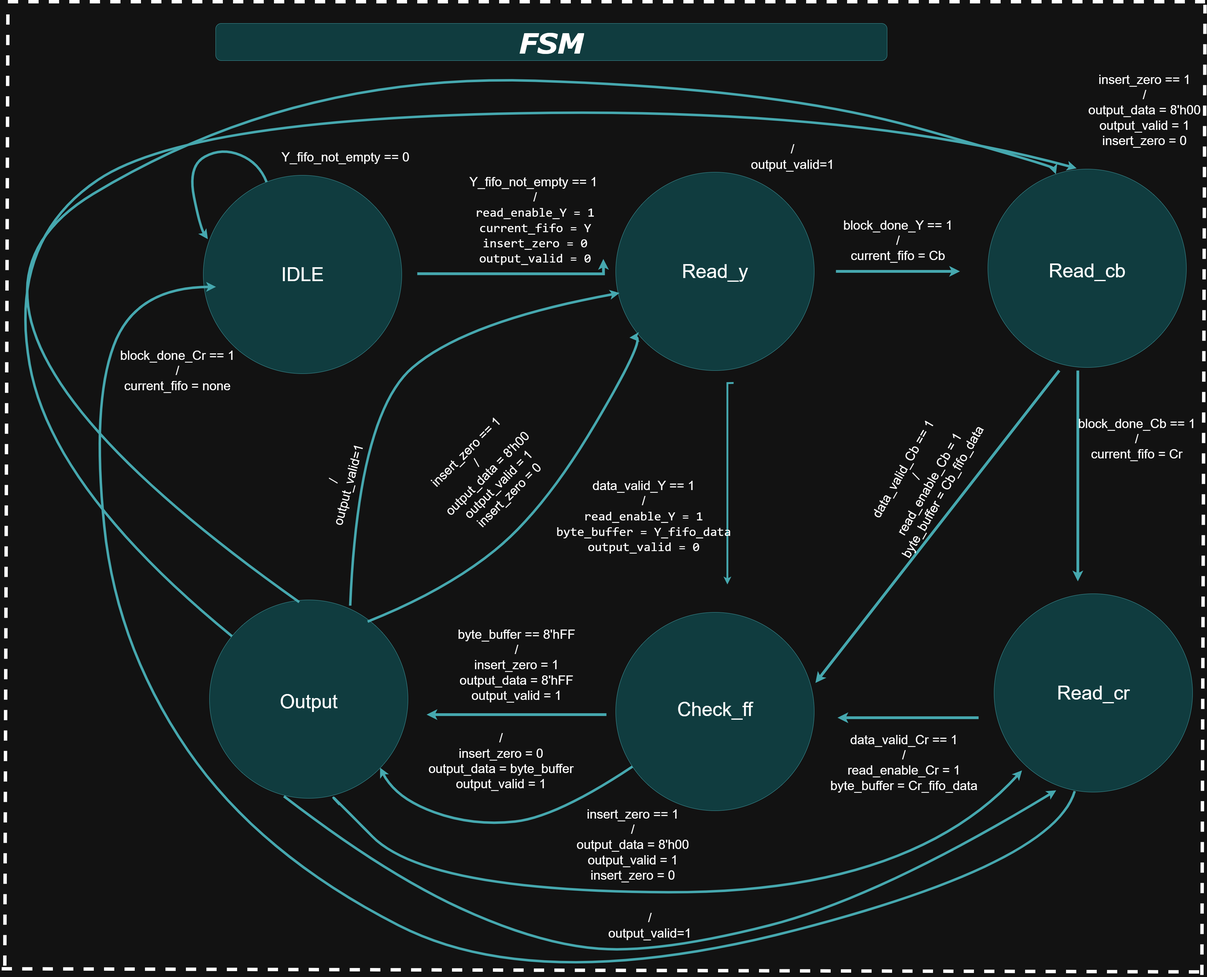
The draw.io diagram docs/images_design_diagrams/JPEG-fsm.png in meds-uet/JPEG-Encoder, before a commit. Source tidied: cells renumbered, new cells last; positions are measured from the earlier drawing's top-left corner, leaving out a move shared by most shapes.
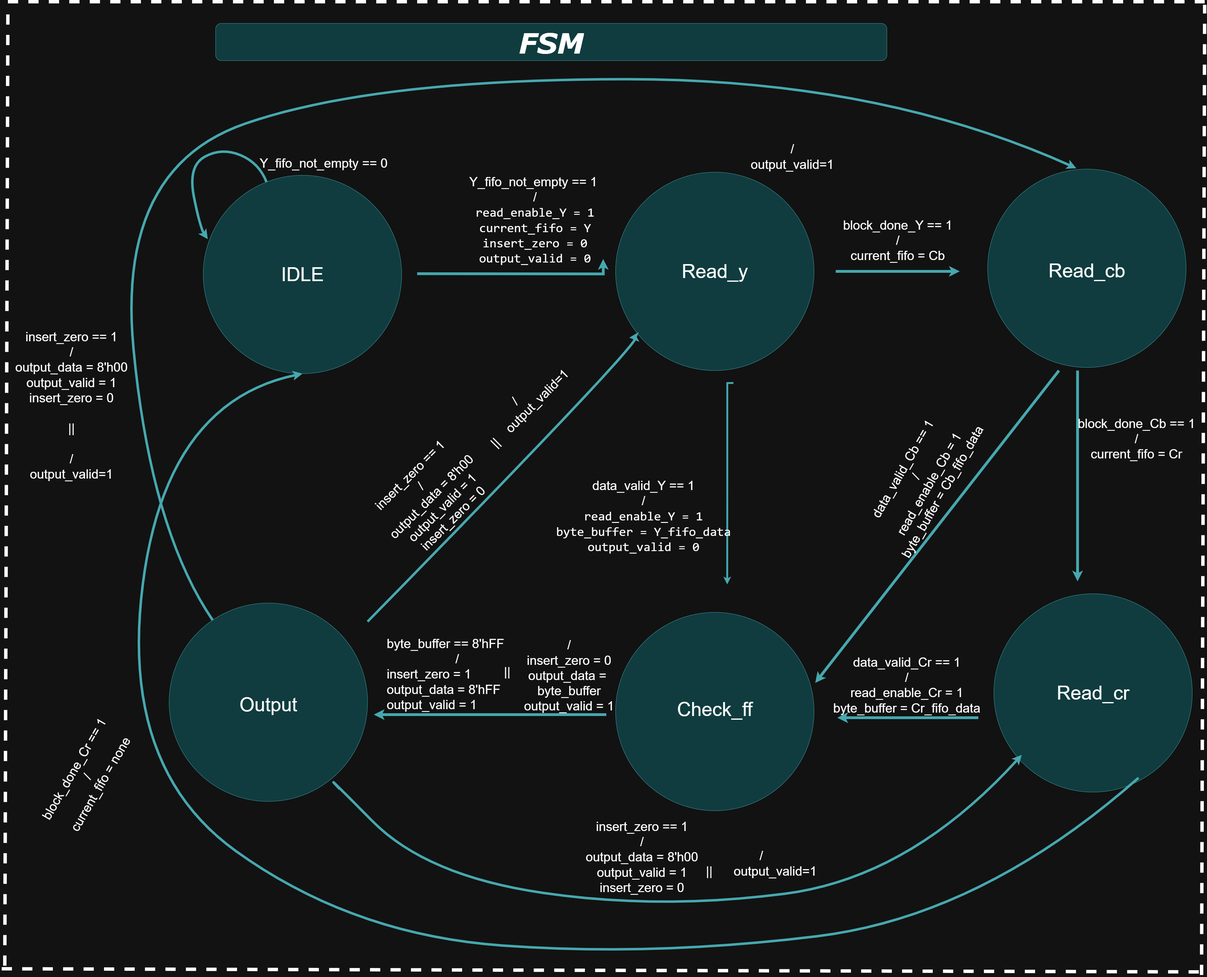
Later version of the same file.

What changed in the source:
```diff
@@ -17,3 +17,3 @@
     <mxCell id="6" value="&lt;br&gt;&lt;font&gt;&lt;span style=&quot;font-size: 62px;&quot;&gt;Output&lt;/span&gt;&lt;/font&gt;" style="ellipse;whiteSpace=wrap;html=1;labelBackgroundColor=none;fillColor=#b0e3e6;strokeColor=#0e8088;" parent="1" vertex="1">
-      <mxGeometry x="1020" y="1930" width="640" height="640" as="geometry" />
+      <mxGeometry x="890" y="1940" width="640" height="640" as="geometry" />
     </mxCell>
@@ -45,3 +45,3 @@
     <mxCell id="12" value="&lt;span style=&quot;forced-color-adjust: none; font-family: Helvetica; font-size: 12px; font-style: normal; font-variant-ligatures: normal; font-variant-caps: normal; font-weight: 400; letter-spacing: normal; orphans: 2; text-align: center; text-indent: 0px; text-transform: none; widows: 2; word-spacing: 0px; -webkit-text-stroke-width: 0px; white-space: nowrap; text-decoration-thickness: initial; text-decoration-style: initial; text-decoration-color: initial; float: none; box-shadow: none !important; display: inline !important;&quot;&gt;&lt;font style=&quot;forced-color-adjust: none; box-shadow: none !important; font-size: 41px;&quot;&gt;Y_fifo_not_empty == 0&lt;/font&gt;&lt;/span&gt;" style="text;whiteSpace=wrap;html=1;labelBackgroundColor=none;fontColor=default;" parent="1" vertex="1">
-      <mxGeometry x="1250" y="470" width="460" height="60" as="geometry" />
+      <mxGeometry x="1180" y="490" width="310" height="60" as="geometry" />
     </mxCell>
@@ -88,21 +88,7 @@
     </mxCell>
-    <mxCell id="22" style="curved=1;endArrow=classic;html=1;rounded=0;strokeWidth=8;fillColor=#b0e3e6;strokeColor=#0e8088;" parent="1" edge="1">
-      <mxGeometry relative="1" as="geometry">
-        <mxPoint x="3810" y="2546.8" as="sourcePoint" />
-        <mxPoint x="1040.9" y="920" as="targetPoint" />
-        <Array as="points">
-          <mxPoint x="3740.9" y="2780" />
-          <mxPoint x="2080" y="3210" />
-          <mxPoint x="1180" y="2750" />
-          <mxPoint x="720" y="2080" />
-          <mxPoint x="640.9" y="1300" />
-          <mxPoint x="780.9" y="920" />
-        </Array>
-      </mxGeometry>
-    </mxCell>
-    <mxCell id="23" value="&lt;div style=&quot;text-align: center;&quot;&gt;&lt;span style=&quot;font-size: 41px; text-wrap-mode: nowrap;&quot;&gt;&lt;span style=&quot;background-color: transparent;&quot;&gt;block_done_Cr == 1&lt;/span&gt;&lt;/span&gt;&lt;/div&gt;&lt;div style=&quot;text-align: center;&quot;&gt;&lt;span style=&quot;font-size: 41px; text-wrap-mode: nowrap;&quot;&gt;&lt;span style=&quot;background-color: transparent;&quot;&gt;/&lt;/span&gt;&lt;/span&gt;&lt;/div&gt;&lt;div style=&quot;text-align: center;&quot;&gt;&lt;span style=&quot;font-size: 41px; text-wrap-mode: nowrap;&quot;&gt;&lt;span style=&quot;background-color: transparent;&quot;&gt;current_fifo = none&lt;/span&gt;&lt;/span&gt;&lt;/div&gt;" style="text;whiteSpace=wrap;html=1;fontColor=default;labelBackgroundColor=none;" parent="1" vertex="1">
-      <mxGeometry x="730" y="1110" width="390" height="170" as="geometry" />
+    <mxCell id="23" value="&lt;div style=&quot;text-align: center;&quot;&gt;&lt;span style=&quot;font-size: 41px; text-wrap-mode: nowrap;&quot;&gt;&lt;span style=&quot;background-color: transparent;&quot;&gt;block_done_Cr == 1&lt;/span&gt;&lt;/span&gt;&lt;/div&gt;&lt;div style=&quot;text-align: center;&quot;&gt;&lt;span style=&quot;font-size: 41px; text-wrap-mode: nowrap;&quot;&gt;&lt;span style=&quot;background-color: transparent;&quot;&gt;/&lt;/span&gt;&lt;/span&gt;&lt;/div&gt;&lt;div style=&quot;text-align: center;&quot;&gt;&lt;span style=&quot;font-size: 41px; text-wrap-mode: nowrap;&quot;&gt;&lt;span style=&quot;background-color: transparent;&quot;&gt;current_fifo = none&lt;/span&gt;&lt;/span&gt;&lt;/div&gt;" style="text;whiteSpace=wrap;html=1;fontColor=default;labelBackgroundColor=none;rotation=-60;" parent="1" vertex="1">
+      <mxGeometry x="440" y="2410" width="390" height="170" as="geometry" />
     </mxCell>
     <mxCell id="24" value="&lt;div style=&quot;text-align: center;&quot;&gt;&lt;div&gt;&lt;span style=&quot;font-size: 41px; text-wrap-mode: nowrap;&quot;&gt;data_valid_Cr == 1&lt;/span&gt;&lt;/div&gt;&lt;div&gt;&lt;span style=&quot;font-size: 41px; text-wrap-mode: nowrap;&quot;&gt;/&lt;/span&gt;&lt;/div&gt;&lt;div&gt;&lt;span style=&quot;font-size: 41px; text-wrap-mode: nowrap;&quot;&gt;read_enable_Cr = 1&lt;/span&gt;&lt;/div&gt;&lt;div&gt;&lt;span style=&quot;font-size: 41px; text-wrap-mode: nowrap;&quot;&gt;byte_buffer = Cr_fifo_data&lt;/span&gt;&lt;/div&gt;&lt;/div&gt;" style="text;whiteSpace=wrap;html=1;fontColor=default;labelBackgroundColor=none;" parent="1" vertex="1">
-      <mxGeometry x="3020" y="2350" width="390" height="170" as="geometry" />
+      <mxGeometry x="3030" y="2100" width="390" height="170" as="geometry" />
     </mxCell>
@@ -111,23 +97,13 @@
         <mxPoint x="2300" y="2300" as="sourcePoint" />
-        <mxPoint x="1720" y="2300" as="targetPoint" />
+        <mxPoint x="1550" y="2300" as="targetPoint" />
       </mxGeometry>
     </mxCell>
-    <mxCell id="26" value="&lt;div&gt;&lt;span style=&quot;font-size: 41px; text-wrap-mode: nowrap;&quot;&gt;byte_buffer == 8'hFF&lt;/span&gt;&lt;/div&gt;&lt;div&gt;&lt;span style=&quot;font-size: 41px; text-wrap-mode: nowrap;&quot;&gt;/&lt;/span&gt;&lt;/div&gt;&lt;div&gt;&lt;span style=&quot;font-size: 41px; text-wrap-mode: nowrap;&quot;&gt;insert_zero = 1&lt;/span&gt;&lt;/div&gt;&lt;div&gt;&lt;span style=&quot;font-size: 41px; text-wrap-mode: nowrap;&quot;&gt;output_data = 8'hFF&lt;/span&gt;&lt;/div&gt;&lt;div&gt;&lt;span style=&quot;font-size: 41px; text-wrap-mode: nowrap;&quot;&gt;output_valid = 1&lt;/span&gt;&lt;/div&gt;" style="text;whiteSpace=wrap;html=1;labelBackgroundColor=none;fontColor=default;align=center;" parent="1" vertex="1">
-      <mxGeometry x="1760" y="2010" width="500" height="270" as="geometry" />
+    <mxCell id="26" value="&lt;div style=&quot;&quot;&gt;&lt;span style=&quot;font-size: 41px; text-wrap-mode: nowrap;&quot;&gt;byte_buffer == 8'hFF&lt;/span&gt;&lt;/div&gt;&lt;div style=&quot;text-align: center;&quot;&gt;&lt;span style=&quot;font-size: 41px; text-wrap-mode: nowrap;&quot;&gt;/&lt;/span&gt;&lt;/div&gt;&lt;div&gt;&lt;span style=&quot;font-size: 41px; text-wrap-mode: nowrap;&quot;&gt;insert_zero = 1&amp;nbsp; &amp;nbsp; &amp;nbsp; &amp;nbsp; &amp;nbsp; &amp;nbsp; &amp;nbsp; &amp;nbsp;&amp;nbsp;&lt;/span&gt;&lt;/div&gt;&lt;div&gt;&lt;span style=&quot;background-color: transparent; color: light-dark(rgb(0, 0, 0), rgb(255, 255, 255)); font-size: 41px; text-wrap-mode: nowrap;&quot;&gt;output_data = 8'hFF&lt;/span&gt;&lt;/div&gt;&lt;div&gt;&lt;span style=&quot;font-size: 41px; text-wrap-mode: nowrap; background-color: transparent; color: light-dark(rgb(0, 0, 0), rgb(255, 255, 255));&quot;&gt;output_valid = 1&lt;/span&gt;&lt;/div&gt;" style="text;whiteSpace=wrap;html=1;labelBackgroundColor=none;fontColor=default;align=left;" parent="1" vertex="1">
+      <mxGeometry x="1590" y="2040" width="300" height="270" as="geometry" />
     </mxCell>
-    <mxCell id="27" style="curved=1;endArrow=classic;html=1;rounded=0;strokeWidth=8;fillColor=#b0e3e6;strokeColor=#0e8088;" parent="1" edge="1" source="7">
-      <mxGeometry relative="1" as="geometry">
-        <mxPoint x="1570" y="2471.3" as="targetPoint" />
-        <Array as="points">
-          <mxPoint x="2140" y="2630" />
-          <mxPoint x="1870" y="2660" />
-          <mxPoint x="1620" y="2570" />
-        </Array>
-      </mxGeometry>
-    </mxCell>
-    <mxCell id="28" value="&lt;div&gt;&lt;br&gt;&lt;/div&gt;&lt;div&gt;&lt;span style=&quot;font-size: 41px; text-wrap-mode: nowrap;&quot;&gt;/&lt;/span&gt;&lt;/div&gt;&lt;div&gt;&lt;div&gt;&lt;span style=&quot;font-size: 41px; text-wrap-mode: nowrap;&quot;&gt;insert_zero = 0&lt;/span&gt;&lt;/div&gt;&lt;div&gt;&lt;span style=&quot;font-size: 41px; text-wrap-mode: nowrap;&quot;&gt;output_data = byte_buffer&lt;/span&gt;&lt;/div&gt;&lt;div&gt;&lt;span style=&quot;font-size: 41px; text-wrap-mode: nowrap;&quot;&gt;output_valid = 1&lt;/span&gt;&lt;/div&gt;&lt;/div&gt;" style="text;whiteSpace=wrap;html=1;labelBackgroundColor=none;fontColor=default;align=center;" parent="1" vertex="1">
-      <mxGeometry x="1710" y="2330" width="500" height="270" as="geometry" />
+    <mxCell id="28" value="&lt;div&gt;&lt;br&gt;&lt;/div&gt;&lt;div&gt;&lt;span style=&quot;font-size: 41px; text-wrap-mode: nowrap;&quot;&gt;/&lt;/span&gt;&lt;/div&gt;&lt;div&gt;&lt;div&gt;&lt;span style=&quot;font-size: 41px; text-wrap-mode: nowrap;&quot;&gt;insert_zero = 0&lt;/span&gt;&lt;/div&gt;&lt;div&gt;&lt;span style=&quot;font-size: 41px; text-wrap-mode: nowrap;&quot;&gt;output_data =&amp;nbsp;&lt;/span&gt;&lt;/div&gt;&lt;div&gt;&lt;span style=&quot;font-size: 41px; text-wrap-mode: nowrap;&quot;&gt;byte_buffer&lt;/span&gt;&lt;/div&gt;&lt;div&gt;&lt;span style=&quot;font-size: 41px; text-wrap-mode: nowrap;&quot;&gt;output_valid = 1&lt;/span&gt;&lt;/div&gt;&lt;/div&gt;" style="text;whiteSpace=wrap;html=1;labelBackgroundColor=none;fontColor=default;align=center;" parent="1" vertex="1">
+      <mxGeometry x="2020" y="2030" width="320" height="210" as="geometry" />
     </mxCell>
     <mxCell id="29" value="&lt;div&gt;&lt;span style=&quot;font-size: 41px; text-wrap-mode: nowrap;&quot;&gt;insert_zero == 1&lt;/span&gt;&lt;/div&gt;&lt;div&gt;&lt;span style=&quot;font-size: 41px; text-wrap-mode: nowrap;&quot;&gt;/&lt;/span&gt;&lt;/div&gt;&lt;div&gt;&lt;span style=&quot;font-size: 41px; text-wrap-mode: nowrap;&quot;&gt;output_data = 8'h00&lt;/span&gt;&lt;/div&gt;&lt;div&gt;&lt;span style=&quot;font-size: 41px; text-wrap-mode: nowrap;&quot;&gt;output_valid = 1&lt;/span&gt;&lt;/div&gt;&lt;div&gt;&lt;span style=&quot;font-size: 41px; text-wrap-mode: nowrap;&quot;&gt;insert_zero = 0&lt;/span&gt;&lt;/div&gt;" style="text;whiteSpace=wrap;html=1;labelBackgroundColor=none;fontColor=default;align=center;rotation=-45;" parent="1" vertex="1">
-      <mxGeometry x="1790" y="1385" width="290" height="310" as="geometry" />
+      <mxGeometry x="1370" y="1460" width="770" height="310" as="geometry" />
     </mxCell>
@@ -157,13 +133,4 @@
     </mxCell>
-    <mxCell id="34" style="curved=1;endArrow=classic;html=1;rounded=0;strokeWidth=8;fillColor=#b0e3e6;strokeColor=#0e8088;entryX=0.019;entryY=0.609;entryDx=0;entryDy=0;entryPerimeter=0;exitX=0.684;exitY=0.022;exitDx=0;exitDy=0;exitPerimeter=0;" parent="1" edge="1" target="4">
-      <mxGeometry relative="1" as="geometry">
-        <mxPoint x="1473.7" y="1948.4" as="sourcePoint" />
-        <Array as="points">
-          <mxPoint x="1500" y="1330" />
-          <mxPoint x="1850" y="1030" />
-        </Array>
-      </mxGeometry>
-    </mxCell>
-    <mxCell id="35" value="&lt;div&gt;&lt;br&gt;&lt;/div&gt;&lt;div&gt;&lt;span style=&quot;font-size: 41px; text-wrap-mode: nowrap;&quot;&gt;/&lt;/span&gt;&lt;/div&gt;&lt;div&gt;&lt;span style=&quot;font-size: 41px; text-wrap-mode: nowrap;&quot;&gt;output_valid=1&lt;/span&gt;&lt;/div&gt;" style="text;whiteSpace=wrap;html=1;labelBackgroundColor=none;fontColor=default;align=center;rotation=-75;" parent="1" vertex="1">
-      <mxGeometry x="1260" y="1500" width="320" height="90" as="geometry" />
+    <mxCell id="35" value="&lt;div&gt;&lt;br&gt;&lt;/div&gt;&lt;div&gt;&lt;span style=&quot;font-size: 41px; text-wrap-mode: nowrap;&quot;&gt;/&lt;/span&gt;&lt;/div&gt;&lt;div&gt;&lt;span style=&quot;font-size: 41px; text-wrap-mode: nowrap;&quot;&gt;&amp;nbsp; &amp;nbsp;||&amp;nbsp; &amp;nbsp; output_valid=1&lt;/span&gt;&lt;/div&gt;" style="text;whiteSpace=wrap;html=1;labelBackgroundColor=none;fontColor=default;align=center;rotation=-45;" parent="1" vertex="1">
+      <mxGeometry x="1820" y="1230" width="440" height="187.6" as="geometry" />
     </mxCell>
@@ -173,4 +140,2 @@
         <Array as="points">
-          <mxPoint x="1780" y="1900" />
-          <mxPoint x="2100" y="1640" />
           <mxPoint x="2430" y="1080" />
@@ -179,21 +144,11 @@
     </mxCell>
-    <mxCell id="37" style="curved=1;endArrow=classic;html=1;rounded=0;strokeWidth=8;fillColor=#b0e3e6;strokeColor=#0e8088;exitX=0.313;exitY=0.991;exitDx=0;exitDy=0;exitPerimeter=0;entryX=0.313;entryY=0.991;entryDx=0;entryDy=0;entryPerimeter=0;" parent="1" edge="1" target="8">
-      <mxGeometry relative="1" as="geometry">
-        <mxPoint x="1260" y="2563.3" as="sourcePoint" />
-        <Array as="points">
-          <mxPoint x="1580" y="2810" />
-          <mxPoint x="2080" y="3040" />
-          <mxPoint x="2470" y="3070" />
-          <mxPoint x="3180" y="2890" />
-        </Array>
-      </mxGeometry>
-    </mxCell>
     <mxCell id="38" style="curved=1;endArrow=classic;html=1;rounded=0;strokeWidth=8;fillColor=#b0e3e6;strokeColor=#0e8088;" parent="1" edge="1">
       <mxGeometry relative="1" as="geometry">
-        <mxPoint x="1440" y="2590" as="sourcePoint" />
-        <mxPoint x="3640" y="2480" as="targetPoint" />
+        <mxPoint x="1440" y="2540" as="sourcePoint" />
+        <mxPoint x="3640" y="2430" as="targetPoint" />
         <Array as="points">
-          <mxPoint x="1370" y="2516" />
-          <mxPoint x="1720" y="2870" />
-          <mxPoint x="3280" y="2876" />
+          <mxPoint x="1370" y="2466" />
+          <mxPoint x="1720" y="2820" />
+          <mxPoint x="2470" y="2930" />
+          <mxPoint x="3280" y="2826" />
         </Array>
@@ -201,20 +156,10 @@
     </mxCell>
-    <mxCell id="39" value="&lt;div&gt;&lt;br&gt;&lt;/div&gt;&lt;div&gt;&lt;span style=&quot;font-size: 41px; text-wrap-mode: nowrap;&quot;&gt;/&lt;/span&gt;&lt;/div&gt;&lt;div&gt;&lt;span style=&quot;font-size: 41px; text-wrap-mode: nowrap;&quot;&gt;output_valid=1&lt;/span&gt;&lt;/div&gt;" style="text;whiteSpace=wrap;html=1;labelBackgroundColor=none;fontColor=default;align=center;" parent="1" vertex="1">
-      <mxGeometry x="2280" y="2910" width="320" height="90" as="geometry" />
+    <mxCell id="39" value="&lt;div&gt;&lt;br&gt;&lt;/div&gt;&lt;div&gt;&lt;span style=&quot;font-size: 41px; text-wrap-mode: nowrap;&quot;&gt;/&lt;/span&gt;&lt;/div&gt;&lt;div&gt;&lt;span style=&quot;font-size: 41px; text-wrap-mode: nowrap;&quot;&gt;||&amp;nbsp; &amp;nbsp; &amp;nbsp; output_valid=1&lt;/span&gt;&lt;/div&gt;" style="text;whiteSpace=wrap;html=1;labelBackgroundColor=none;fontColor=default;align=center;" parent="1" vertex="1">
+      <mxGeometry x="2560" y="2710" width="480" height="90" as="geometry" />
     </mxCell>
     <mxCell id="40" value="&lt;div&gt;&lt;span style=&quot;font-size: 41px; text-wrap-mode: nowrap;&quot;&gt;insert_zero == 1&lt;/span&gt;&lt;/div&gt;&lt;div&gt;&lt;span style=&quot;font-size: 41px; text-wrap-mode: nowrap;&quot;&gt;/&lt;/span&gt;&lt;/div&gt;&lt;div&gt;&lt;span style=&quot;font-size: 41px; text-wrap-mode: nowrap;&quot;&gt;output_data = 8'h00&lt;/span&gt;&lt;/div&gt;&lt;div&gt;&lt;span style=&quot;font-size: 41px; text-wrap-mode: nowrap;&quot;&gt;output_valid = 1&lt;/span&gt;&lt;/div&gt;&lt;div&gt;&lt;span style=&quot;font-size: 41px; text-wrap-mode: nowrap;&quot;&gt;insert_zero = 0&lt;/span&gt;&lt;/div&gt;" style="text;whiteSpace=wrap;html=1;labelBackgroundColor=none;fontColor=default;align=center;" parent="1" vertex="1">
-      <mxGeometry x="2240" y="2590" width="290" height="310" as="geometry" />
+      <mxGeometry x="2270" y="2630" width="290" height="310" as="geometry" />
     </mxCell>
-    <mxCell id="41" style="curved=1;endArrow=classic;html=1;rounded=0;strokeWidth=8;fillColor=#b0e3e6;strokeColor=#0e8088;exitX=0.452;exitY=0.011;exitDx=0;exitDy=0;exitPerimeter=0;" parent="1" edge="1" source="6" target="5">
-      <mxGeometry relative="1" as="geometry">
-        <Array as="points">
-          <mxPoint y="1010" />
-          <mxPoint x="1290" y="230" />
-          <mxPoint x="2850" y="280" />
-          <mxPoint x="3740" y="530" />
-        </Array>
-      </mxGeometry>
-    </mxCell>
-    <mxCell id="42" value="&lt;div&gt;&lt;span style=&quot;font-size: 41px; text-wrap-mode: nowrap;&quot;&gt;insert_zero == 1&lt;/span&gt;&lt;/div&gt;&lt;div&gt;&lt;span style=&quot;font-size: 41px; text-wrap-mode: nowrap;&quot;&gt;/&lt;/span&gt;&lt;/div&gt;&lt;div&gt;&lt;span style=&quot;font-size: 41px; text-wrap-mode: nowrap;&quot;&gt;output_data = 8'h00&lt;/span&gt;&lt;/div&gt;&lt;div&gt;&lt;span style=&quot;font-size: 41px; text-wrap-mode: nowrap;&quot;&gt;output_valid = 1&lt;/span&gt;&lt;/div&gt;&lt;div&gt;&lt;span style=&quot;font-size: 41px; text-wrap-mode: nowrap;&quot;&gt;insert_zero = 0&lt;/span&gt;&lt;/div&gt;" style="text;whiteSpace=wrap;html=1;labelBackgroundColor=none;fontColor=default;align=center;" parent="1" vertex="1">
-      <mxGeometry x="3890" y="220" width="290" height="310" as="geometry" />
+    <mxCell id="42" value="&lt;div&gt;&lt;span style=&quot;font-size: 41px; text-wrap-mode: nowrap;&quot;&gt;insert_zero == 1&lt;/span&gt;&lt;/div&gt;&lt;div&gt;&lt;span style=&quot;font-size: 41px; text-wrap-mode: nowrap;&quot;&gt;/&lt;/span&gt;&lt;/div&gt;&lt;div&gt;&lt;span style=&quot;font-size: 41px; text-wrap-mode: nowrap;&quot;&gt;output_data = 8'h00&lt;/span&gt;&lt;/div&gt;&lt;div&gt;&lt;span style=&quot;font-size: 41px; text-wrap-mode: nowrap;&quot;&gt;output_valid = 1&lt;/span&gt;&lt;/div&gt;&lt;div&gt;&lt;span style=&quot;font-size: 41px; text-wrap-mode: nowrap;&quot;&gt;insert_zero = 0&lt;/span&gt;&lt;/div&gt;&lt;div&gt;&lt;span style=&quot;font-size: 41px; text-wrap-mode: nowrap;&quot;&gt;&lt;br&gt;&lt;/span&gt;&lt;/div&gt;&lt;div&gt;&lt;span style=&quot;font-size: 41px; text-wrap-mode: nowrap;&quot;&gt;||&lt;/span&gt;&lt;/div&gt;&lt;div&gt;&lt;span style=&quot;font-size: 41px; text-wrap-mode: nowrap;&quot;&gt;&lt;br&gt;&lt;/span&gt;&lt;/div&gt;&lt;div&gt;&lt;span style=&quot;font-size: 41px; text-wrap-mode: nowrap;&quot;&gt;/&lt;/span&gt;&lt;/div&gt;&lt;div&gt;&lt;span style=&quot;font-size: 41px; text-wrap-mode: nowrap;&quot;&gt;output_valid=1&lt;/span&gt;&lt;/div&gt;" style="text;whiteSpace=wrap;html=1;labelBackgroundColor=none;fontColor=default;align=center;" parent="1" vertex="1">
+      <mxGeometry x="430" y="1050" width="290" height="420" as="geometry" />
     </mxCell>
@@ -223,6 +168,6 @@
         <Array as="points">
-          <mxPoint x="510" y="1570" />
-          <mxPoint x="370" y="770" />
-          <mxPoint x="950" y="380" />
-          <mxPoint x="3090" y="340" />
+          <mxPoint x="830" y="1700" />
+          <mxPoint x="720" y="537" />
+          <mxPoint x="1550" y="250" />
+          <mxPoint x="3180" y="250" />
         </Array>
@@ -233,2 +178,16 @@
     </mxCell>
+    <mxCell id="45" value="&lt;font style=&quot;font-size: 40px;&quot;&gt;||&lt;/font&gt;" style="text;html=1;align=center;verticalAlign=middle;strokeColor=none;fillColor=none;" parent="1" vertex="1">
+      <mxGeometry x="1960" y="2130" width="40" height="60" as="geometry" />
+    </mxCell>
+    <mxCell id="46" style="curved=1;endArrow=classic;html=1;rounded=0;strokeWidth=8;fillColor=#b0e3e6;strokeColor=#0e8088;entryX=0.5;entryY=1;entryDx=0;entryDy=0;exitX=0.729;exitY=0.928;exitDx=0;exitDy=0;exitPerimeter=0;" parent="1" edge="1" source="8" target="3">
+      <mxGeometry relative="1" as="geometry">
+        <Array as="points">
+          <mxPoint x="3510" y="2950" />
+          <mxPoint x="2450" y="3080" />
+          <mxPoint x="1480" y="3010" />
+          <mxPoint x="730" y="2470" />
+          <mxPoint x="880" y="1290" />
+        </Array>
+      </mxGeometry>
+    </mxCell>
   </root>
```
